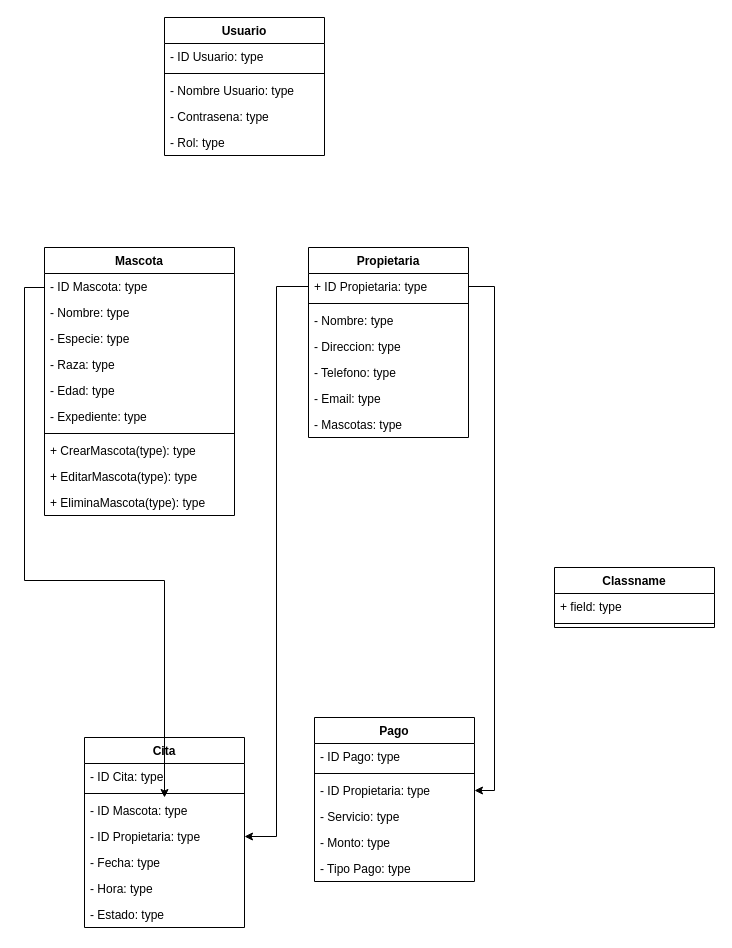
NixieNixi/diagramaClases keeps this draw.io diagram as Diagrama sin título.drawio. Above is the earlier version. Source tidied: cells renumbered, new cells numbered last; positions are measured from the earlier drawing's top-left corner, leaving out a move shared by most shapes. Both pictures are drawn from the tidied source at 100%, with x=0, y=0 at pixel (24, 17).
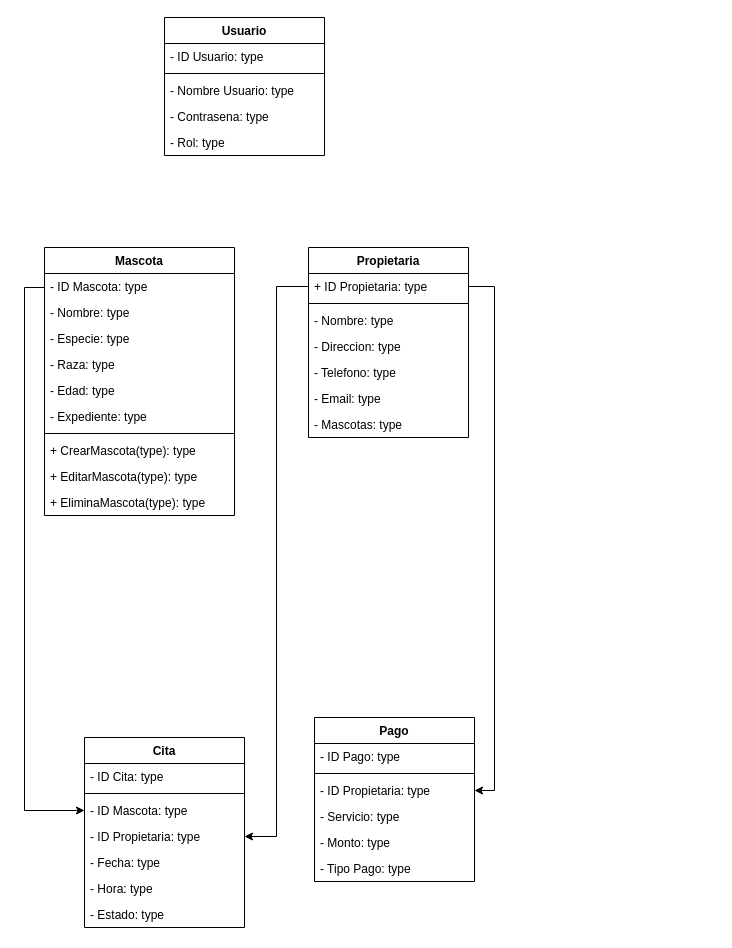
Above is the later version.

Unchanged cells that the change refers to:
```xml
<mxCell id="4" value="- Nombre: type" style="text;strokeColor=none;fillColor=none;align=left;verticalAlign=top;spacingLeft=4;spacingRight=4;overflow=hidden;points=[[0,0.5],[1,0.5]];portConstraint=eastwest;whiteSpace=wrap;html=1;" parent="2" vertex="1">
  <mxGeometry y="52" width="190" height="26" as="geometry" />
</mxCell>
<mxCell id="24" value="- ID Mascota: type" style="text;strokeColor=none;fillColor=none;align=left;verticalAlign=top;spacingLeft=4;spacingRight=4;overflow=hidden;points=[[0,0.5],[1,0.5]];portConstraint=eastwest;whiteSpace=wrap;html=1;" parent="21" vertex="1">
  <mxGeometry y="60" width="160" height="26" as="geometry" />
</mxCell>
```

Diff of the diagram source:
```diff
@@
-    <mxCell id="29" style="edgeStyle=orthogonalEdgeStyle;rounded=0;jettySize=auto;html=1;exitX=0;exitY=0.5;exitDx=0;exitDy=0;" parent="1" edge="1" source="4" target="24">
+    <mxCell id="29" style="edgeStyle=orthogonalEdgeStyle;rounded=0;jettySize=auto;html=1;exitX=0;exitY=0.5;exitDx=0;exitDy=0;entryX=0;entryY=0.5;entryDx=0;entryDy=0;" parent="1" edge="1" source="4" target="24">
       <mxGeometry relative="1" as="geometry">
         <Array as="points">
           <mxPoint x="20" y="270" />
           <mxPoint y="270" />
-          <mxPoint y="563" />
+          <mxPoint y="793" />
         </Array>
       </mxGeometry>
     </mxCell>
@@
-    <mxCell id="45" value="Classname" style="swimlane;fontStyle=1;align=center;verticalAlign=top;horizontal=1;startSize=26;whiteSpace=wrap;html=1;" parent="1" vertex="1">
-      <mxGeometry x="530" y="550" width="160" height="60" as="geometry" />
-    </mxCell>
-    <mxCell id="46" value="+ field: type" style="text;strokeColor=none;fillColor=none;align=left;verticalAlign=top;spacingLeft=4;spacingRight=4;overflow=hidden;whiteSpace=wrap;html=1;" parent="45" vertex="1">
-      <mxGeometry y="26" width="160" height="26" as="geometry" />
-    </mxCell>
-    <mxCell id="47" style="line;strokeWidth=1;fillColor=none;align=left;verticalAlign=middle;spacingTop=-1;spacingLeft=3;spacingRight=3;labelPosition=right;strokeColor=inherit;" parent="45" vertex="1">
-      <mxGeometry y="52" width="160" height="8" as="geometry" />
-    </mxCell>
```
